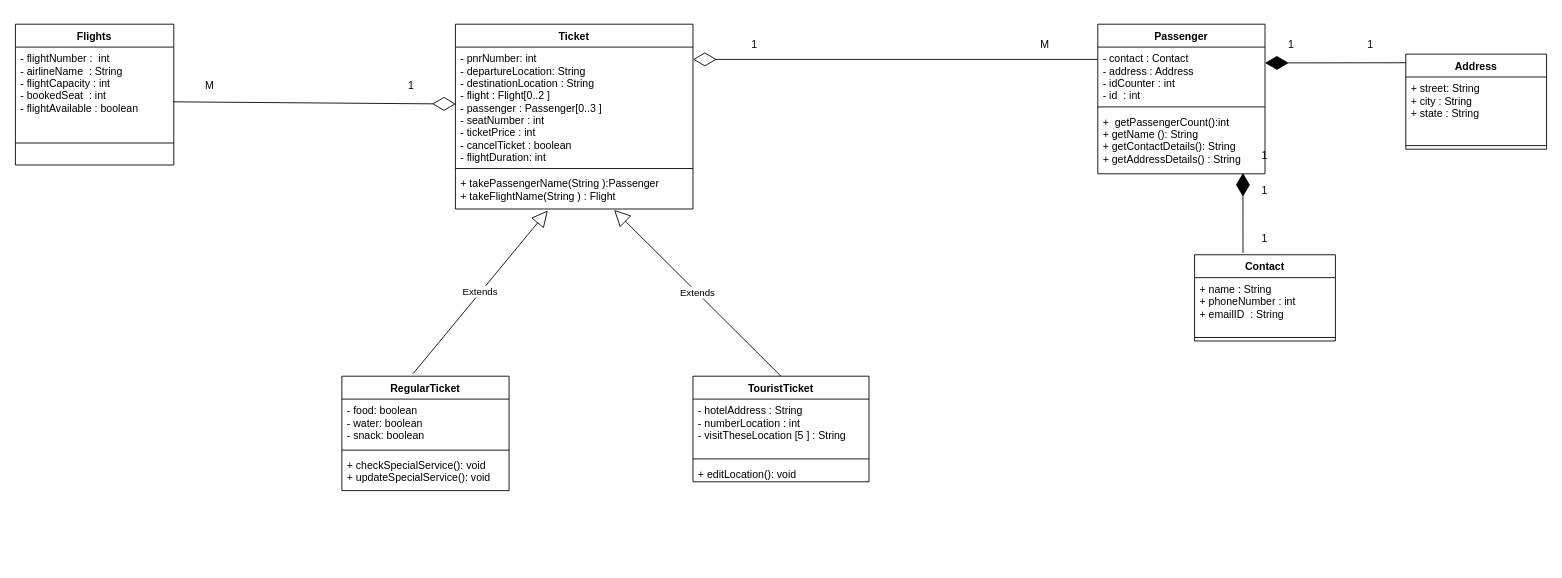
Earlier version of the draw.io diagram FRS_uml/FRS_uml#VN.drawio (Vinayak007/FRS_Project_Vinayak). Source tidied: cells renumbered, new cells numbered last; positions are measured from the earlier drawing's top-left corner, leaving out a move shared by most shapes. Both pictures are drawn from the tidied source at 88%, with x=0, y=0 at pixel (15, 24).
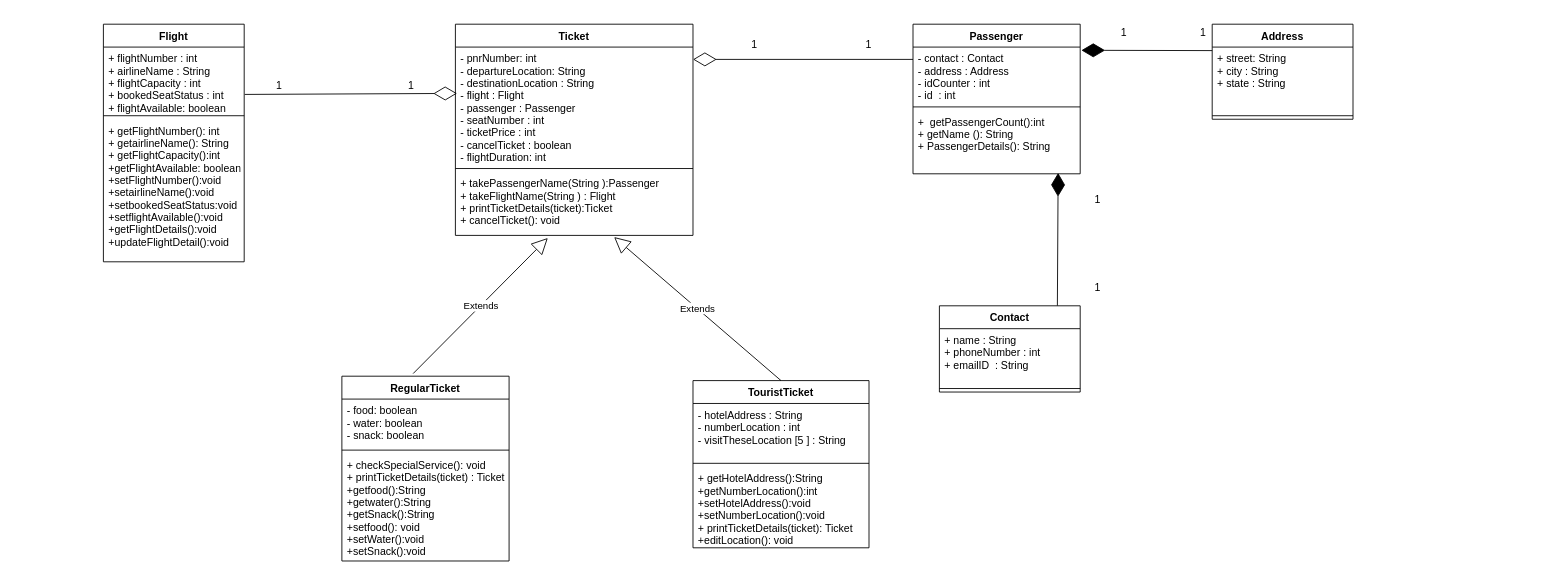
The same diagram, later.

Unchanged cells that the change refers to:
```xml
<mxCell id="21" value="- contact : Contact&#10;- address : Address&#10;- idCounter : int&#10;- id  : int&#10;" style="text;strokeColor=none;fillColor=none;align=left;verticalAlign=top;spacingLeft=4;spacingRight=4;overflow=hidden;points=[[0,0.5],[1,0.5]];portConstraint=eastwest;" parent="20" vertex="1">
  <mxGeometry y="26" width="190" height="64" as="geometry" />
</mxCell>
```

Diff of the diagram source:
```diff
@@
-    <mxCell id="2" value="Flights" style="swimlane;fontStyle=1;align=center;verticalAlign=top;horizontal=1;startSize=26;" parent="1" vertex="1">
-      <mxGeometry width="180" height="160" as="geometry" />
-    </mxCell>
-    <mxCell id="3" value="- flightNumber :  int&#10;- airlineName  : String&#10;- flightCapacity : int&#10;- bookedSeat  : int&#10;- flightAvailable : boolean&#10;&#10;" style="text;strokeColor=none;fillColor=none;align=left;verticalAlign=top;spacingLeft=4;spacingRight=4;overflow=hidden;points=[[0,0.5],[1,0.5]];portConstraint=eastwest;" parent="2" vertex="1">
-      <mxGeometry y="26" width="180" height="84" as="geometry" />
-    </mxCell>
-    <mxCell id="4" style="line;strokeWidth=1;fillColor=none;align=left;verticalAlign=middle;spacingTop=-1;spacingLeft=3;spacingRight=3;labelPosition=right;" parent="2" vertex="1">
-      <mxGeometry y="110" width="180" height="50" as="geometry" />
-    </mxCell>
-    <mxCell id="5" style="endArrow=diamondThin;endFill=0;endSize=24;html=1;entryX=0.002;entryY=0.38;entryDx=0;entryDy=0;entryPerimeter=0;exitX=0.997;exitY=0.741;exitDx=0;exitDy=0;exitPerimeter=0;" parent="1" edge="1" source="3">
-      <mxGeometry relative="1" as="geometry">
-        <mxPoint x="500.5" y="90.7" as="targetPoint" />
-      </mxGeometry>
+    <mxCell id="5" style="endArrow=diamondThin;endFill=0;endSize=24;html=1;entryX=0.007;entryY=0.393;entryDx=0;entryDy=0;entryPerimeter=0;exitX=1.004;exitY=0.727;exitDx=0;exitDy=0;exitPerimeter=0;" parent="1" edge="1" source="43" target="7">
+      <mxGeometry relative="1" as="geometry" />
     </mxCell>
     <mxCell id="6" value="Ticket" style="swimlane;fontStyle=1;align=center;verticalAlign=top;horizontal=1;startSize=26;" parent="1" vertex="1">
-      <mxGeometry x="500" width="270" height="210" as="geometry" />
+      <mxGeometry x="500" width="270" height="240" as="geometry" />
     </mxCell>
-    <mxCell id="7" value="- pnrNumber: int&#10;- departureLocation: String&#10;- destinationLocation : String&#10;- flight : Flight[0..2 ]&#10;- passenger : Passenger[0..3 ]&#10;- seatNumber : int &#10;- ticketPrice : int&#10;- cancelTicket : boolean&#10;- flightDuration: int  &#10;&#10;" style="text;strokeColor=none;fillColor=none;align=left;verticalAlign=top;spacingLeft=4;spacingRight=4;overflow=hidden;points=[[0,0.5],[1,0.5]];portConstraint=eastwest;" parent="6" vertex="1">
+    <mxCell id="7" value="- pnrNumber: int&#10;- departureLocation: String&#10;- destinationLocation : String&#10;- flight : Flight&#10;- passenger : Passenger&#10;- seatNumber : int &#10;- ticketPrice : int&#10;- cancelTicket : boolean&#10;- flightDuration: int  &#10;&#10;" style="text;strokeColor=none;fillColor=none;align=left;verticalAlign=top;spacingLeft=4;spacingRight=4;overflow=hidden;points=[[0,0.5],[1,0.5]];portConstraint=eastwest;" parent="6" vertex="1">
       <mxGeometry y="26" width="270" height="134" as="geometry" />
     </mxCell>
@@
-    <mxCell id="9" value="+ takePassengerName(String ):Passenger&#10;+ takeFlightName(String ) : Flight" style="text;strokeColor=none;fillColor=none;align=left;verticalAlign=top;spacingLeft=4;spacingRight=4;overflow=hidden;points=[[0,0.5],[1,0.5]];portConstraint=eastwest;" parent="6" vertex="1">
-      <mxGeometry y="168" width="270" height="42" as="geometry" />
+    <mxCell id="9" value="+ takePassengerName(String ):Passenger&#10;+ takeFlightName(String ) : Flight&#10;+ printTicketDetails(ticket):Ticket&#10;+ cancelTicket(): void" style="text;strokeColor=none;fillColor=none;align=left;verticalAlign=top;spacingLeft=4;spacingRight=4;overflow=hidden;points=[[0,0.5],[1,0.5]];portConstraint=eastwest;" parent="6" vertex="1">
+      <mxGeometry y="168" width="270" height="72" as="geometry" />
     </mxCell>
     <mxCell id="10" value="RegularTicket" style="swimlane;fontStyle=1;align=center;verticalAlign=top;horizontal=1;startSize=26;" parent="1" vertex="1">
-      <mxGeometry x="371" y="400" width="190" height="130" as="geometry" />
+      <mxGeometry x="371" y="400" width="190" height="210" as="geometry" />
     </mxCell>
@@
-    <mxCell id="13" value="+ checkSpecialService(): void&#10;+ updateSpecialService(): void&#10;" style="text;strokeColor=none;fillColor=none;align=left;verticalAlign=top;spacingLeft=4;spacingRight=4;overflow=hidden;" parent="10" vertex="1">
-      <mxGeometry y="88" width="190" height="42" as="geometry" />
+    <mxCell id="13" value="+ checkSpecialService(): void&#10;+ printTicketDetails(ticket) : Ticket&#10;+getfood():String&#10;+getwater():String&#10;+getSnack():String&#10;+setfood(): void&#10;+setWater():void&#10;+setSnack():void&#10;" style="text;strokeColor=none;fillColor=none;align=left;verticalAlign=top;spacingLeft=4;spacingRight=4;overflow=hidden;" parent="10" vertex="1">
+      <mxGeometry y="88" width="190" height="122" as="geometry" />
     </mxCell>
     <mxCell id="14" value="TouristTicket" style="swimlane;fontStyle=1;align=center;verticalAlign=top;horizontal=1;startSize=26;" parent="1" vertex="1">
-      <mxGeometry x="770" y="400" width="200" height="120" as="geometry" />
+      <mxGeometry x="770" y="405" width="200" height="190" as="geometry" />
     </mxCell>
@@
-    <mxCell id="17" value="+ editLocation(): void" style="text;strokeColor=none;fillColor=none;align=left;verticalAlign=top;spacingLeft=4;spacingRight=4;overflow=hidden;" parent="14" vertex="1">
-      <mxGeometry y="98" width="200" height="22" as="geometry" />
+    <mxCell id="17" value="+ getHotelAddress():String&#10;+getNumberLocation():int &#10;+setHotelAddress():void&#10;+setNumberLocation():void&#10;+ printTicketDetails(ticket): Ticket&#10;+editLocation(): void" style="text;strokeColor=none;fillColor=none;align=left;verticalAlign=top;spacingLeft=4;spacingRight=4;overflow=hidden;" parent="14" vertex="1">
+      <mxGeometry y="98" width="200" height="92" as="geometry" />
     </mxCell>
@@
     <mxCell id="20" value="Passenger" style="swimlane;fontStyle=1;align=center;verticalAlign=top;horizontal=1;startSize=26;" parent="1" vertex="1">
-      <mxGeometry x="1230" width="190" height="170" as="geometry" />
+      <mxGeometry x="1020" width="190" height="170" as="geometry" />
     </mxCell>
@@
-    <mxCell id="23" value="+  getPassengerCount():int&#10;+ getName (): String&#10;+ getContactDetails(): String&#10;+ getAddressDetails() : String&#10;" style="text;strokeColor=none;fillColor=none;align=left;verticalAlign=top;spacingLeft=4;spacingRight=4;overflow=hidden;points=[[0,0.5],[1,0.5]];portConstraint=eastwest;" parent="20" vertex="1">
+    <mxCell id="23" value="+  getPassengerCount():int&#10;+ getName (): String&#10;+ PassengerDetails(): String&#10;" style="text;strokeColor=none;fillColor=none;align=left;verticalAlign=top;spacingLeft=4;spacingRight=4;overflow=hidden;points=[[0,0.5],[1,0.5]];portConstraint=eastwest;" parent="20" vertex="1">
       <mxGeometry y="98" width="190" height="72" as="geometry" />
     </mxCell>
     <mxCell id="24" style="endArrow=diamondThin;endFill=0;endSize=24;html=1;" parent="1" edge="1">
       <mxGeometry relative="1" as="geometry">
-        <mxPoint x="1230" y="40" as="sourcePoint" />
+        <mxPoint x="1020" y="40" as="sourcePoint" />
         <mxPoint x="770" y="40" as="targetPoint" />
       </mxGeometry>
     </mxCell>
     <mxCell id="25" value="Address" style="swimlane;fontStyle=1;align=center;verticalAlign=top;horizontal=1;startSize=26;" parent="1" vertex="1">
-      <mxGeometry x="1580" y="34" width="160" height="108" as="geometry" />
+      <mxGeometry x="1360" width="160" height="108" as="geometry" />
     </mxCell>
@@
     <mxCell id="28" value="Contact" style="swimlane;fontStyle=1;align=center;verticalAlign=top;horizontal=1;startSize=26;" parent="1" vertex="1">
-      <mxGeometry x="1340" y="262" width="160" height="98" as="geometry" />
+      <mxGeometry x="1050" y="320" width="160" height="98" as="geometry" />
     </mxCell>
@@
-    <mxCell id="31" style="endArrow=diamondThin;endFill=1;endSize=24;html=1;entryX=0.868;entryY=0.987;entryDx=0;entryDy=0;entryPerimeter=0;" parent="1" edge="1" target="23">
-      <mxGeometry relative="1" as="geometry">
-        <mxPoint x="1395" y="260" as="sourcePoint" />
-      </mxGeometry>
+    <mxCell id="31" style="endArrow=diamondThin;endFill=1;endSize=24;html=1;entryX=0.868;entryY=0.987;entryDx=0;entryDy=0;entryPerimeter=0;exitX=0.838;exitY=-0.002;exitDx=0;exitDy=0;exitPerimeter=0;" parent="1" edge="1" source="28" target="23">
+      <mxGeometry relative="1" as="geometry" />
     </mxCell>
-    <mxCell id="32" style="endArrow=diamondThin;endFill=1;endSize=24;html=1;entryX=1;entryY=0.5;entryDx=0;entryDy=0;exitX=0.001;exitY=-0.009;exitDx=0;exitDy=0;exitPerimeter=0;" parent="1" edge="1">
+    <mxCell id="32" style="endArrow=diamondThin;endFill=1;endSize=24;html=1;entryX=1.007;entryY=0.057;entryDx=0;entryDy=0;entryPerimeter=0;" parent="1" edge="1" target="21">
       <mxGeometry relative="1" as="geometry">
-        <mxPoint x="1580.2" y="43.8" as="sourcePoint" />
-        <mxPoint x="1420" y="44" as="targetPoint" />
+        <mxPoint x="1360" y="30" as="sourcePoint" />
       </mxGeometry>
     </mxCell>
-    <mxCell id="33" value="M" style="text;html=1;strokeColor=none;fillColor=none;align=center;verticalAlign=middle;whiteSpace=wrap;rounded=0;" parent="1" vertex="1">
-      <mxGeometry x="201" y="60" width="40" height="20" as="geometry" />
+    <mxCell id="33" value="1" style="text;html=1;strokeColor=none;fillColor=none;align=center;verticalAlign=middle;whiteSpace=wrap;rounded=0;" parent="1" vertex="1">
+      <mxGeometry x="280" y="60" width="40" height="20" as="geometry" />
     </mxCell>
@@
-    <mxCell id="35" value="M" style="text;html=1;strokeColor=none;fillColor=none;align=center;verticalAlign=middle;whiteSpace=wrap;rounded=0;" parent="1" vertex="1">
-      <mxGeometry x="1150" y="14" width="40" height="20" as="geometry" />
+    <mxCell id="35" value="1" style="text;html=1;strokeColor=none;fillColor=none;align=center;verticalAlign=middle;whiteSpace=wrap;rounded=0;" parent="1" vertex="1">
+      <mxGeometry x="950" y="14" width="40" height="20" as="geometry" />
     </mxCell>
@@
     <mxCell id="37" value="1" style="text;html=1;strokeColor=none;fillColor=none;align=center;verticalAlign=middle;whiteSpace=wrap;rounded=0;" parent="1" vertex="1">
-      <mxGeometry x="1400" y="234" width="40" height="20" as="geometry" />
+      <mxGeometry x="1210" y="290" width="40" height="20" as="geometry" />
     </mxCell>
-    <mxCell id="38" value="1" style="text;html=1;strokeColor=none;fillColor=none;align=center;verticalAlign=middle;whiteSpace=wrap;rounded=0;" parent="1" vertex="1">
-      <mxGeometry x="1400" y="140" width="40" height="20" as="geometry" />
-    </mxCell>
-    <mxCell id="39" value="1" style="text;html=1;strokeColor=none;fillColor=none;align=center;verticalAlign=middle;whiteSpace=wrap;rounded=0;" parent="1" vertex="1">
-      <mxGeometry x="1430" y="14" width="40" height="20" as="geometry" />
-    </mxCell>
-    <mxCell id="40" value="1" style="text;html=1;strokeColor=none;fillColor=none;align=center;verticalAlign=middle;whiteSpace=wrap;rounded=0;" parent="1" vertex="1">
-      <mxGeometry x="1520" y="14" width="40" height="20" as="geometry" />
-    </mxCell>
-    <mxCell id="41" value="1" style="text;html=1;strokeColor=none;fillColor=none;align=center;verticalAlign=middle;whiteSpace=wrap;rounded=0;" parent="1" vertex="1">
-      <mxGeometry x="1400" y="180" width="40" height="20" as="geometry" />
-    </mxCell>
+    <mxCell id="42" value="Flight" style="swimlane;fontStyle=1;align=center;verticalAlign=top;horizontal=1;startSize=26;" parent="1" vertex="1">
+      <mxGeometry x="100" width="160" height="270" as="geometry" />
+    </mxCell>
+    <mxCell id="43" value="+ flightNumber : int&#10;+ airlineName : String&#10;+ flightCapacity : int&#10;+ bookedSeatStatus : int&#10;+ flightAvailable: boolean" style="text;strokeColor=none;fillColor=none;align=left;verticalAlign=top;spacingLeft=4;spacingRight=4;overflow=hidden;points=[[0,0.5],[1,0.5]];portConstraint=eastwest;" parent="42" vertex="1">
+      <mxGeometry y="26" width="160" height="74" as="geometry" />
+    </mxCell>
+    <mxCell id="44" style="line;strokeWidth=1;fillColor=none;align=left;verticalAlign=middle;spacingTop=-1;spacingLeft=3;spacingRight=3;labelPosition=right;" parent="42" vertex="1">
+      <mxGeometry y="100" width="160" height="8" as="geometry" />
+    </mxCell>
+    <mxCell id="45" value="+ getFlightNumber(): int&#10;+ getairlineName(): String&#10;+ getFlightCapacity():int&#10;+getFlightAvailable: boolean&#10;+setFlightNumber():void&#10;+setairlineName():void&#10;+setbookedSeatStatus:void&#10;+setflightAvailable():void&#10;+getFlightDetails():void&#10;+updateFlightDetail():void" style="text;strokeColor=none;fillColor=none;align=left;verticalAlign=top;spacingLeft=4;spacingRight=4;overflow=hidden;" parent="42" vertex="1">
+      <mxGeometry y="108" width="160" height="162" as="geometry" />
+    </mxCell>
+    <mxCell id="46" value="1" style="text;html=1;strokeColor=none;fillColor=none;align=center;verticalAlign=middle;whiteSpace=wrap;rounded=0;" parent="1" vertex="1">
+      <mxGeometry x="1210" y="190" width="40" height="20" as="geometry" />
+    </mxCell>
+    <mxCell id="47" value="1" style="text;html=1;strokeColor=none;fillColor=none;align=center;verticalAlign=middle;whiteSpace=wrap;rounded=0;" parent="1" vertex="1">
+      <mxGeometry x="1240" y="-10" width="40" height="40" as="geometry" />
+    </mxCell>
+    <mxCell id="48" value="1" style="text;html=1;strokeColor=none;fillColor=none;align=center;verticalAlign=middle;whiteSpace=wrap;rounded=0;" parent="1" vertex="1">
+      <mxGeometry x="1330" y="5" width="40" height="10" as="geometry" />
+    </mxCell>
```
